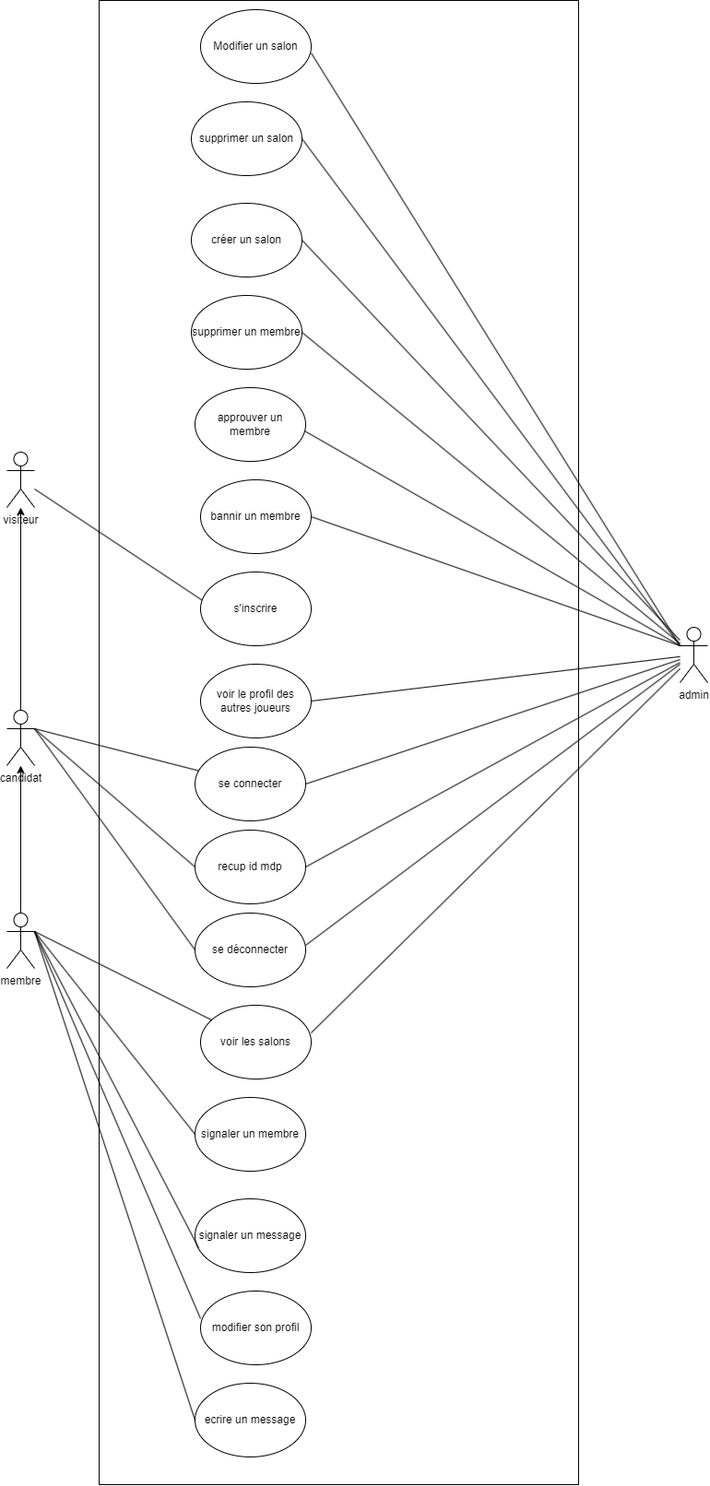
Earlier version of the draw.io export userStories.drawio.png (2024-devops-alt-dist/gamerz-AC-NV). Source tidied: cells renumbered, new cells last; positions are measured from the earlier drawing's top-left corner, leaving out a move shared by most shapes.
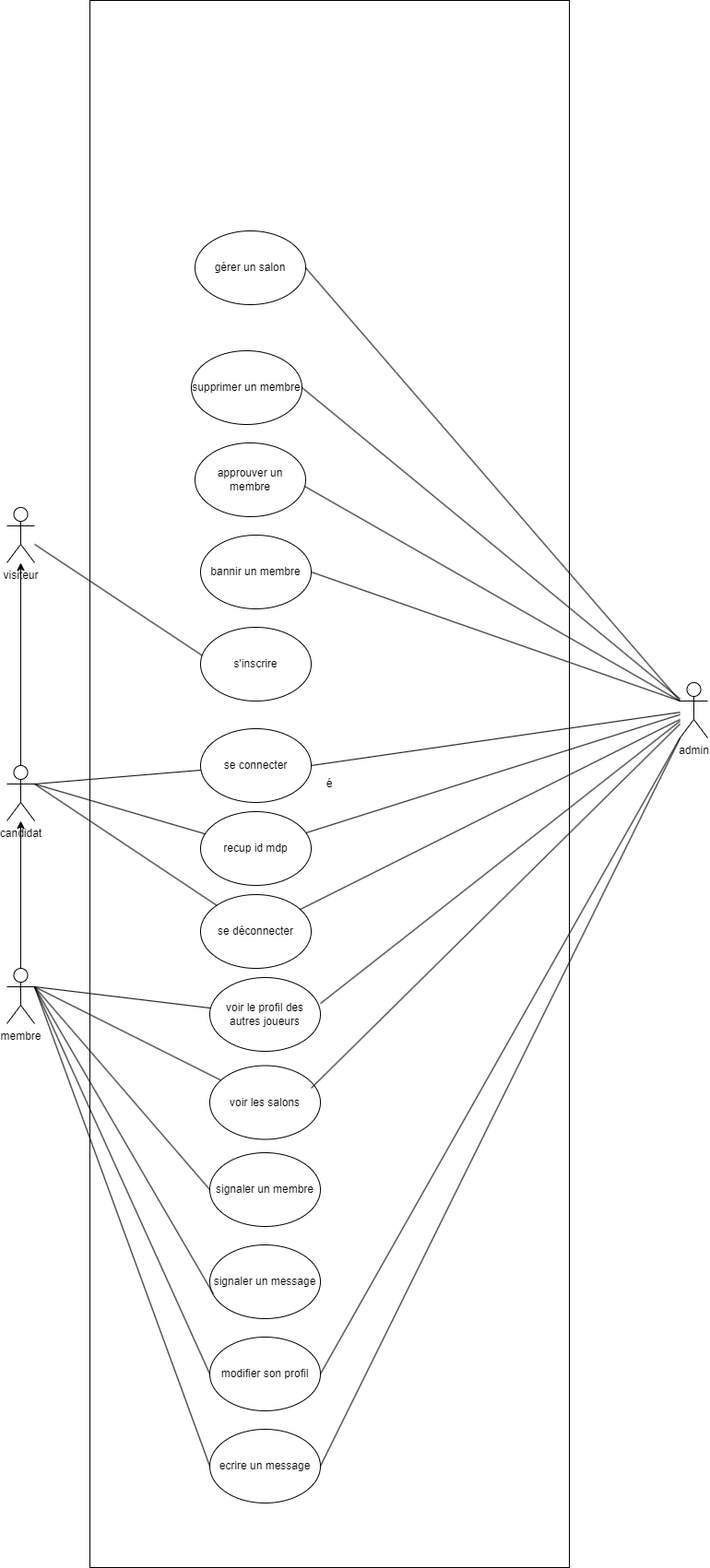
Above is the later version.

What changed in the source:
```diff
@@ -2,8 +2,8 @@
   <root>
     <mxCell id="0" />
     <mxCell id="1" parent="0" />
-    <mxCell id="2" style="rounded=0;whiteSpace=wrap;html=1;" parent="1" vertex="1">
-      <mxGeometry x="100" width="520" height="1610" as="geometry" />
+    <mxCell id="2" value="é" style="rounded=0;whiteSpace=wrap;html=1;" parent="1" vertex="1">
+      <mxGeometry x="90" y="-60" width="520" height="1700" as="geometry" />
     </mxCell>
     <mxCell id="3" style="edgeStyle=none;html=1;" parent="1" edge="1" source="4" target="9">
       <mxGeometry relative="1" as="geometry" />
@@ -27,28 +27,28 @@
       <mxGeometry y="770" width="30" height="60" as="geometry" />
     </mxCell>
     <mxCell id="10" value="&lt;span style=&quot;color: rgb(0, 0, 0);&quot;&gt;se connecter&lt;/span&gt;" style="ellipse;whiteSpace=wrap;html=1;" parent="1" vertex="1">
-      <mxGeometry x="204" y="810" width="120" height="80" as="geometry" />
+      <mxGeometry x="210" y="730" width="120" height="80" as="geometry" />
     </mxCell>
     <mxCell id="11" value="&lt;span style=&quot;color: rgb(0, 0, 0);&quot;&gt;se déconnecter&lt;/span&gt;" style="ellipse;whiteSpace=wrap;html=1;" parent="1" vertex="1">
-      <mxGeometry x="204" y="990" width="120" height="80" as="geometry" />
+      <mxGeometry x="210" y="910" width="120" height="80" as="geometry" />
     </mxCell>
     <mxCell id="12" value="&lt;span style=&quot;color: rgb(0, 0, 0);&quot;&gt;recup id mdp&lt;/span&gt;" style="ellipse;whiteSpace=wrap;html=1;" parent="1" vertex="1">
-      <mxGeometry x="204" y="900" width="120" height="80" as="geometry" />
+      <mxGeometry x="210" y="820" width="120" height="80" as="geometry" />
     </mxCell>
     <mxCell id="13" value="&lt;span style=&quot;color: rgb(0, 0, 0);&quot;&gt;s'inscrire&lt;/span&gt;" style="ellipse;whiteSpace=wrap;html=1;" parent="1" vertex="1">
       <mxGeometry x="210" y="620" width="120" height="80" as="geometry" />
     </mxCell>
     <mxCell id="14" value="&lt;span style=&quot;color: rgb(0, 0, 0);&quot;&gt;voir les salons&lt;/span&gt;" style="ellipse;whiteSpace=wrap;html=1;" parent="1" vertex="1">
-      <mxGeometry x="210" y="1090" width="120" height="80" as="geometry" />
+      <mxGeometry x="220" y="1095.5" width="120" height="80" as="geometry" />
     </mxCell>
     <mxCell id="15" value="ecrire un message" style="ellipse;whiteSpace=wrap;html=1;" parent="1" vertex="1">
-      <mxGeometry x="204" y="1500" width="120" height="80" as="geometry" />
+      <mxGeometry x="220" y="1490" width="120" height="80" as="geometry" />
     </mxCell>
     <mxCell id="16" value="modifier son profil" style="ellipse;whiteSpace=wrap;html=1;" parent="1" vertex="1">
-      <mxGeometry x="210" y="1400" width="120" height="80" as="geometry" />
+      <mxGeometry x="220" y="1390" width="120" height="80" as="geometry" />
     </mxCell>
     <mxCell id="17" value="voir le profil des autres joueurs" style="ellipse;whiteSpace=wrap;html=1;" parent="1" vertex="1">
-      <mxGeometry x="210" y="720" width="120" height="80" as="geometry" />
+      <mxGeometry x="220" y="1000" width="120" height="80" as="geometry" />
     </mxCell>
     <mxCell id="18" value="bannir un membre" style="ellipse;whiteSpace=wrap;html=1;" parent="1" vertex="1">
       <mxGeometry x="210" y="520" width="120" height="80" as="geometry" />
@@ -68,33 +68,25 @@
     <mxCell id="23" style="endArrow=none;html=1;entryX=0;entryY=0.3333333333333333;entryDx=0;entryDy=0;entryPerimeter=0;exitX=1;exitY=0.5;exitDx=0;exitDy=0;" parent="1" edge="1" source="18" target="7">
       <mxGeometry relative="1" as="geometry" />
     </mxCell>
-    <mxCell id="24" style="endArrow=none;html=1;" parent="1" edge="1" target="7">
-      <mxGeometry relative="1" as="geometry">
-        <mxPoint x="324" y="850" as="sourcePoint" />
-      </mxGeometry>
+    <mxCell id="24" style="endArrow=none;html=1;exitX=1;exitY=0.5;exitDx=0;exitDy=0;" parent="1" edge="1" source="10" target="7">
+      <mxGeometry relative="1" as="geometry" />
     </mxCell>
     <mxCell id="25" value="signaler un membre" style="ellipse;whiteSpace=wrap;html=1;" parent="1" vertex="1">
-      <mxGeometry x="204" y="1190" width="120" height="80" as="geometry" />
+      <mxGeometry x="220" y="1190" width="120" height="80" as="geometry" />
     </mxCell>
     <mxCell id="26" value="signaler un message" style="ellipse;whiteSpace=wrap;html=1;" parent="1" vertex="1">
-      <mxGeometry x="204" y="1300" width="120" height="80" as="geometry" />
+      <mxGeometry x="220" y="1290" width="120" height="80" as="geometry" />
     </mxCell>
-    <mxCell id="27" value="créer un salon" style="ellipse;whiteSpace=wrap;html=1;" parent="1" vertex="1">
-      <mxGeometry x="200" y="220" width="120" height="80" as="geometry" />
-    </mxCell>
     <mxCell id="28" style="endArrow=none;html=1;" parent="1" edge="1" target="7">
       <mxGeometry relative="1" as="geometry">
-        <mxPoint x="330" y="760" as="sourcePoint" />
+        <mxPoint x="340" y="1028.2" as="sourcePoint" />
       </mxGeometry>
     </mxCell>
-    <mxCell id="29" style="endArrow=none;html=1;" parent="1" edge="1" target="7">
-      <mxGeometry relative="1" as="geometry">
-        <mxPoint x="324" y="940" as="sourcePoint" />
-      </mxGeometry>
+    <mxCell id="29" style="endArrow=none;html=1;" parent="1" edge="1" source="12" target="7">
+      <mxGeometry relative="1" as="geometry" />
     </mxCell>
-    <mxCell id="30" style="endArrow=none;html=1;" parent="1" edge="1">
+    <mxCell id="30" style="endArrow=none;html=1;" parent="1" edge="1" source="11">
       <mxGeometry relative="1" as="geometry">
-        <mxPoint x="324" y="1025" as="sourcePoint" />
         <mxPoint x="730" y="720" as="targetPoint" />
       </mxGeometry>
     </mxCell>
@@ -103,16 +95,13 @@
         <mxPoint x="330" y="1120" as="sourcePoint" />
       </mxGeometry>
     </mxCell>
-    <mxCell id="32" style="endArrow=none;html=1;" parent="1" edge="1">
+    <mxCell id="32" style="endArrow=none;html=1;" parent="1" edge="1" target="12">
       <mxGeometry relative="1" as="geometry">
         <mxPoint x="30" y="790" as="sourcePoint" />
-        <mxPoint x="204" y="940" as="targetPoint" />
       </mxGeometry>
     </mxCell>
-    <mxCell id="33" style="endArrow=none;html=1;exitX=1;exitY=0.3333333333333333;exitDx=0;exitDy=0;exitPerimeter=0;" parent="1" edge="1" source="9">
-      <mxGeometry relative="1" as="geometry">
-        <mxPoint x="204" y="1030" as="targetPoint" />
-      </mxGeometry>
+    <mxCell id="33" style="endArrow=none;html=1;exitX=1;exitY=0.3333333333333333;exitDx=0;exitDy=0;exitPerimeter=0;" parent="1" edge="1" source="9" target="11">
+      <mxGeometry relative="1" as="geometry" />
     </mxCell>
     <mxCell id="34" style="endArrow=none;html=1;" parent="1" edge="1" target="10">
       <mxGeometry relative="1" as="geometry">
@@ -134,10 +123,9 @@
         <mxPoint x="30" y="1010" as="sourcePoint" />
       </mxGeometry>
     </mxCell>
-    <mxCell id="38" style="endArrow=none;html=1;" parent="1" edge="1">
+    <mxCell id="38" style="endArrow=none;html=1;entryX=0;entryY=0.5;entryDx=0;entryDy=0;" parent="1" edge="1" target="16">
       <mxGeometry relative="1" as="geometry">
         <mxPoint x="30" y="1010" as="sourcePoint" />
-        <mxPoint x="210" y="1430" as="targetPoint" />
       </mxGeometry>
     </mxCell>
     <mxCell id="39" style="endArrow=none;html=1;entryX=0;entryY=0.5;entryDx=0;entryDy=0;" parent="1" edge="1" target="15">
@@ -145,26 +133,22 @@
         <mxPoint x="30" y="1010" as="sourcePoint" />
       </mxGeometry>
     </mxCell>
-    <mxCell id="40" style="endArrow=none;html=1;" parent="1" edge="1" target="7">
-      <mxGeometry relative="1" as="geometry">
-        <mxPoint x="320" y="260" as="sourcePoint" />
-      </mxGeometry>
-    </mxCell>
-    <mxCell id="41" value="supprimer un salon" style="ellipse;whiteSpace=wrap;html=1;" parent="1" vertex="1">
-      <mxGeometry x="200" y="110" width="120" height="80" as="geometry" />
-    </mxCell>
-    <mxCell id="42" style="endArrow=none;html=1;entryX=0;entryY=0.3333333333333333;entryDx=0;entryDy=0;entryPerimeter=0;" parent="1" edge="1" target="7">
-      <mxGeometry relative="1" as="geometry">
-        <mxPoint x="320" y="150" as="sourcePoint" />
-      </mxGeometry>
-    </mxCell>
-    <mxCell id="43" value="Modifier un salon" style="ellipse;whiteSpace=wrap;html=1;" parent="1" vertex="1">
-      <mxGeometry x="210" y="10" width="120" height="80" as="geometry" />
+    <mxCell id="43" value="gérer un salon" style="ellipse;whiteSpace=wrap;html=1;" parent="1" vertex="1">
+      <mxGeometry x="204" y="190" width="120" height="80" as="geometry" />
     </mxCell>
-    <mxCell id="44" style="endArrow=none;html=1;entryX=0;entryY=0.3333333333333333;entryDx=0;entryDy=0;entryPerimeter=0;" parent="1" edge="1" target="7">
-      <mxGeometry relative="1" as="geometry">
-        <mxPoint x="330" y="57" as="sourcePoint" />
-      </mxGeometry>
+    <mxCell id="44" style="endArrow=none;html=1;entryX=0;entryY=0.3333333333333333;entryDx=0;entryDy=0;entryPerimeter=0;exitX=1;exitY=0.5;exitDx=0;exitDy=0;" parent="1" edge="1" source="43" target="7">
+      <mxGeometry relative="1" as="geometry" />
     </mxCell>
+    <mxCell id="45" style="endArrow=none;html=1;" parent="1" edge="1" target="17">
+      <mxGeometry relative="1" as="geometry">
+        <mxPoint x="30" y="1010" as="sourcePoint" />
+      </mxGeometry>
+    </mxCell>
+    <mxCell id="46" style="endArrow=none;html=1;entryX=0;entryY=1;entryDx=0;entryDy=0;entryPerimeter=0;exitX=1;exitY=0.5;exitDx=0;exitDy=0;" parent="1" edge="1" source="16" target="7">
+      <mxGeometry relative="1" as="geometry" />
+    </mxCell>
+    <mxCell id="47" style="endArrow=none;html=1;entryX=1;entryY=0.5;entryDx=0;entryDy=0;" parent="1" edge="1" source="7" target="15">
+      <mxGeometry relative="1" as="geometry" />
+    </mxCell>
   </root>
 </mxGraphModel>
```
